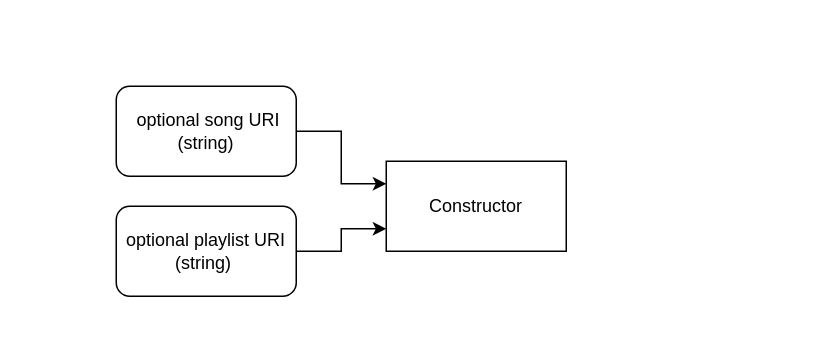
stpilks99/moodipy keeps this draw.io diagram as page "Moodipy" (1 of 3) of spotify_functions_io.drawio. Above is the earlier version. Source tidied: cells renumbered, new cells numbered last; positions are measured from the earlier drawing's top-left corner, leaving out a move shared by most shapes. Both pictures are drawn from the tidied source at 150%, with x=0, y=0 at pixel (116, 86).
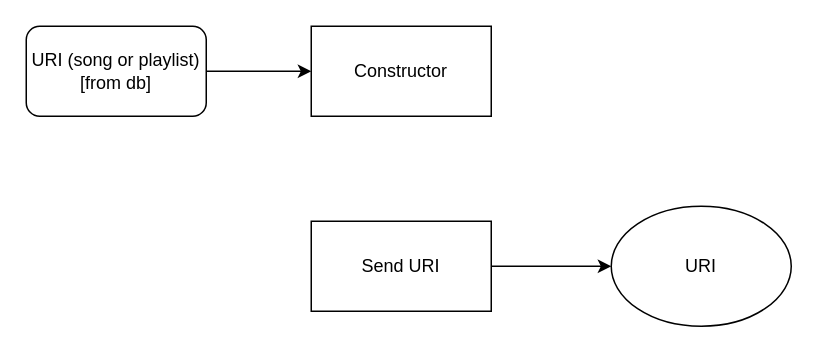
After the change.

Commit message (it also covers changes not shown here):
updated moodipy and playlist io

Change to the diagram source:
```diff
@@
 <mxGraphModel>
   <root>
     <mxCell id="0" />
     <mxCell id="1" parent="0" />
     <mxCell id="2" value="Constructor" style="rounded=0;whiteSpace=wrap;html=1;" parent="1" vertex="1">
-      <mxGeometry x="180" y="50" width="120" height="60" as="geometry" />
+      <mxGeometry x="130" y="-40" width="120" height="60" as="geometry" />
     </mxCell>
-    <mxCell id="3" style="edgeStyle=orthogonalEdgeStyle;rounded=0;jettySize=auto;html=1;exitX=1;exitY=0.5;exitDx=0;exitDy=0;entryX=0;entryY=0.25;entryDx=0;entryDy=0;" parent="1" edge="1" source="4" target="2">
+    <mxCell id="3" style="edgeStyle=orthogonalEdgeStyle;rounded=0;jettySize=auto;html=1;exitX=1;exitY=0.5;exitDx=0;exitDy=0;entryX=0;entryY=0.5;entryDx=0;entryDy=0;" parent="1" edge="1" source="4" target="2">
       <mxGeometry relative="1" as="geometry" />
     </mxCell>
-    <mxCell id="4" value="&amp;nbsp;optional song URI (string)" style="rounded=1;whiteSpace=wrap;html=1;" parent="1" vertex="1">
-      <mxGeometry width="120" height="60" as="geometry" />
+    <mxCell id="4" value="URI (song or playlist) [from db]" style="rounded=1;whiteSpace=wrap;html=1;" parent="1" vertex="1">
+      <mxGeometry x="-60" y="-40" width="120" height="60" as="geometry" />
     </mxCell>
-    <mxCell id="5" style="edgeStyle=orthogonalEdgeStyle;rounded=0;jettySize=auto;html=1;exitX=1;exitY=0.5;exitDx=0;exitDy=0;entryX=0;entryY=0.75;entryDx=0;entryDy=0;" parent="1" edge="1" source="6" target="2">
-      <mxGeometry relative="1" as="geometry" />
-    </mxCell>
-    <mxCell id="6" value="optional playlist URI (string)&amp;nbsp;" style="rounded=1;whiteSpace=wrap;html=1;" parent="1" vertex="1">
-      <mxGeometry y="80" width="120" height="60" as="geometry" />
-    </mxCell>
+    <mxCell id="7" style="edgeStyle=orthogonalEdgeStyle;rounded=0;jettySize=auto;html=1;exitX=1;exitY=0.5;exitDx=0;exitDy=0;entryX=0;entryY=0.5;entryDx=0;entryDy=0;" parent="1" edge="1" source="8" target="9">
+      <mxGeometry relative="1" as="geometry" />
+    </mxCell>
+    <mxCell id="8" value="Send URI" style="rounded=0;whiteSpace=wrap;html=1;" parent="1" vertex="1">
+      <mxGeometry x="130" y="90" width="120" height="60" as="geometry" />
+    </mxCell>
+    <mxCell id="9" value="URI" style="ellipse;whiteSpace=wrap;html=1;" parent="1" vertex="1">
+      <mxGeometry x="330" y="80" width="120" height="80" as="geometry" />
+    </mxCell>
   </root>
 </mxGraphModel>
```
